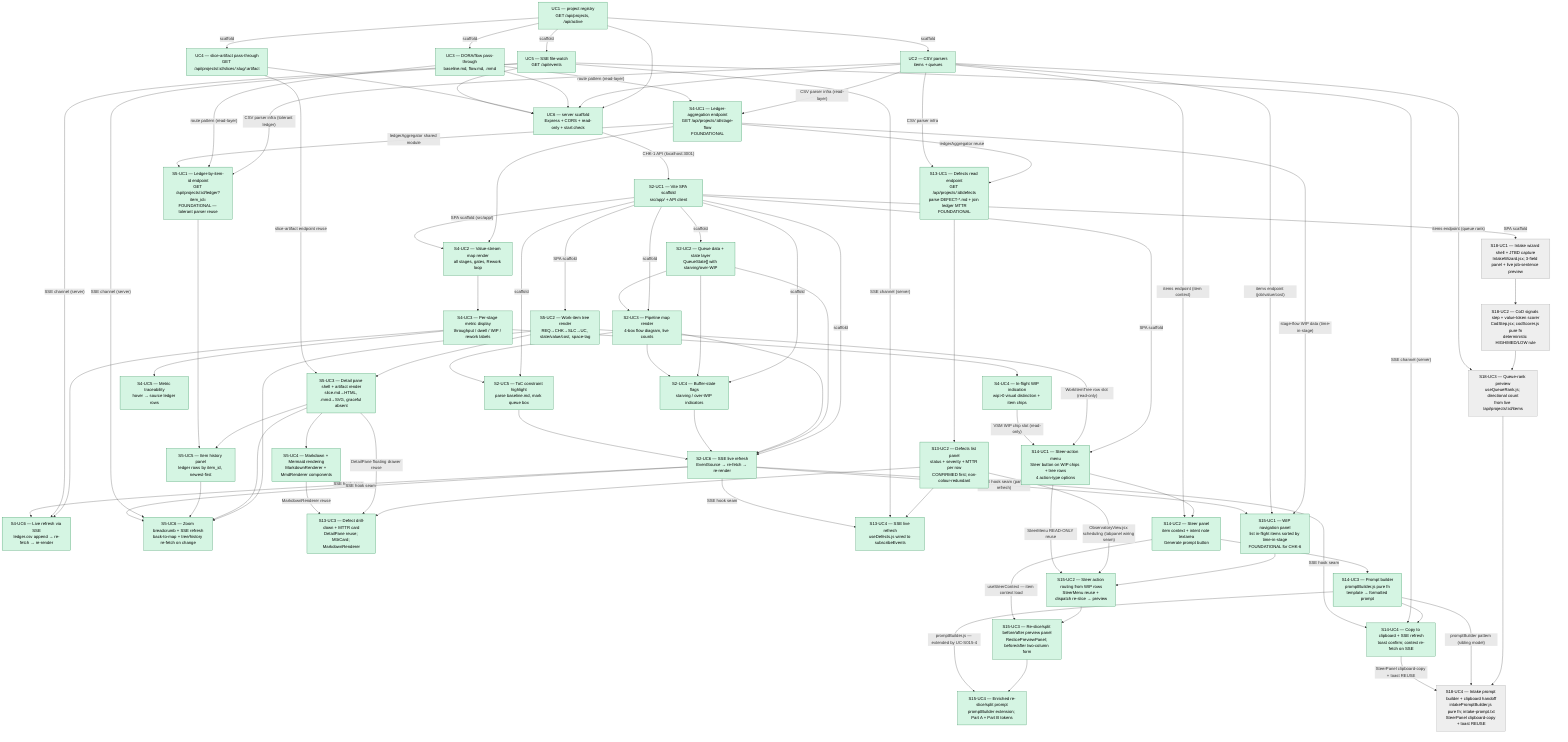
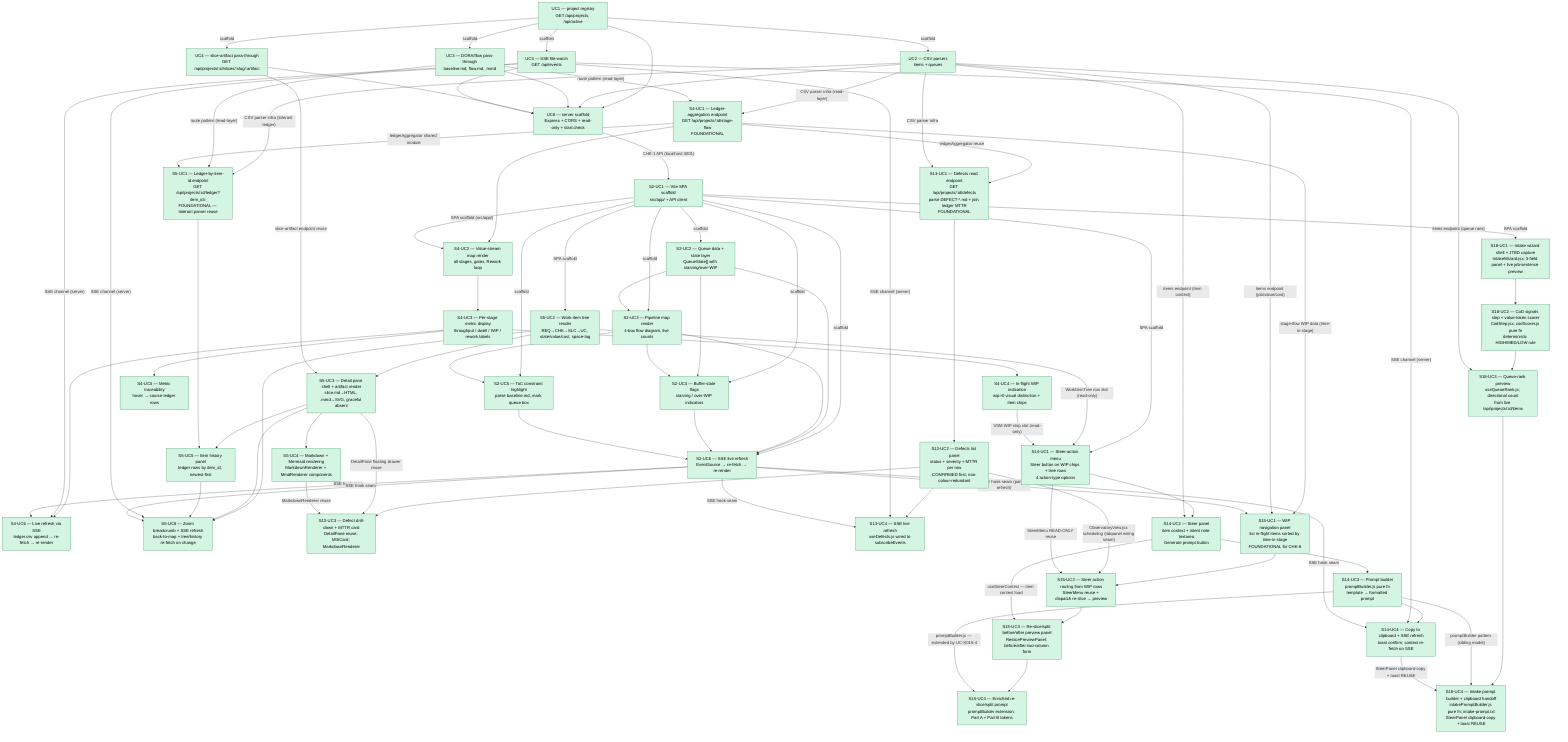
%%{ init: { "theme": "default" } }%%
graph TD
    %% s001 — CHK-1 read layer (server)
    UC1["UC1 — project registry<br/>GET /api/projects, /api/active"]
    UC2["UC2 — CSV parsers<br/>items + queues"]
    UC3["UC3 — DORA/flow pass-through<br/>baseline.md, flow.md, .mmd"]
    UC4["UC4 — slice-artifact pass-through<br/>GET /api/projects/:id/slices/:slug/:artifact"]
    UC5["UC5 — SSE file-watch<br/>GET /api/events"]
    UC6["UC6 — server scaffold<br/>Express + CORS + read-only + start:check"]

    UC1 --> UC6
    UC2 --> UC6
    UC3 --> UC6
    UC4 --> UC6
    UC5 --> UC6

    %% Scaffold scheduling edges (s001 server scaffold)
    UC1 -->|scaffold| UC2
    UC1 -->|scaffold| UC3
    UC1 -->|scaffold| UC4
    UC1 -->|scaffold| UC5

    %% s002 — CHK-2 pipeline map (SPA)
    S2UC1["S2-UC1 — Vite SPA scaffold<br/>src/app/ + API client"]
    S2UC2["S2-UC2 — Queue data + state layer<br/>QueueState[] with starving/over-WIP"]
    S2UC3["S2-UC3 — Pipeline map render<br/>4-box flow diagram, live counts"]
    S2UC4["S2-UC4 — Buffer-state flags<br/>starving / over-WIP indicators"]
    S2UC5["S2-UC5 — ToC constraint highlight<br/>parse baseline.md, mark queue box"]
    S2UC6["S2-UC6 — SSE live refresh<br/>EventSource → re-fetch → re-render"]

    %% s002 internal dependencies
    S2UC1 -->|scaffold| S2UC2
    S2UC1 -->|scaffold| S2UC3
    S2UC1 -->|scaffold| S2UC4
    S2UC1 -->|scaffold| S2UC5
    S2UC1 -->|scaffold| S2UC6
    S2UC2 --> S2UC3
    S2UC2 --> S2UC4
    S2UC3 --> S2UC4
    S2UC3 --> S2UC5
    S2UC2 --> S2UC6
    S2UC3 --> S2UC6
    S2UC4 --> S2UC6
    S2UC5 --> S2UC6

    %% Cross-slice: s002 SPA consumes s001 server API
    UC6 -->|"CHK-1 API (localhost:3001)"| S2UC1

    %% s003 — DROPPED (absorbed into s004 CHK-2 re-scope; 2026-06-09)
    %% S3UC1..S3UC6 nodes removed from active graph

    %% s004 — CHK-2 (re-scoped) value-stream map (server + SPA)
    S4UC1["S4-UC1 — Ledger-aggregation endpoint<br/>GET /api/projects/:id/stage-flow<br/>FOUNDATIONAL"]
    S4UC2["S4-UC2 — Value-stream map render<br/>all stages, gates, Rework loop"]
    S4UC3["S4-UC3 — Per-stage metric display<br/>throughput / dwell / WIP / rework labels"]
    S4UC4["S4-UC4 — In-flight WIP indication<br/>wip>0 visual distinction + item chips"]
    S4UC5["S4-UC5 — Metric traceability<br/>hover → source ledger rows"]
    S4UC6["S4-UC6 — Live refresh via SSE<br/>ledger.csv append → re-fetch → re-render"]

    %% s004 internal dependencies
    S4UC1 --> S4UC2
    S4UC2 --> S4UC3
    S4UC3 --> S4UC4
    S4UC3 --> S4UC5
    S4UC3 --> S4UC6

    %% Cross-slice: s004 server extends s001 read-layer; SPA extends s002 scaffold + SSE
    UC2 -->|"CSV parser infra (read-layer)"| S4UC1
    UC3 -->|"route pattern (read-layer)"| S4UC1
    UC5 -->|"SSE channel (server)"| S4UC6
    S2UC1 -->|"SPA scaffold (src/app/)"| S4UC2
    S2UC6 -->|"SSE hook seam"| S4UC6

    %% s005 — CHK-4 work-item tree & zoom/drill
    S5UC1["S5-UC1 — Ledger-by-item-id endpoint<br/>GET /api/projects/:id/ledger?item_id=<id><br/>FOUNDATIONAL — tolerant parser reuse"]
    S5UC2["S5-UC2 — Work-item tree render<br/>REQ→CHK→SLC→UC, state/value/cost, space-tag"]
    S5UC3["S5-UC3 — Detail pane shell + artifact render<br/>slice.md→HTML, .mmd→SVG, graceful absent"]
    S5UC4["S5-UC4 — Markdown + Mermaid rendering<br/>MarkdownRenderer + MmdRenderer components"]
    S5UC5["S5-UC5 — Item history panel<br/>ledger rows by item_id, newest-first"]
    S5UC6["S5-UC6 — Zoom breadcrumb + SSE refresh<br/>back-to-map + tree/history re-fetch on change"]

    %% s005 internal dependencies
    S5UC2 --> S5UC3
    S5UC3 --> S5UC4
    S5UC3 --> S5UC5
    S5UC1 --> S5UC5
    S5UC2 --> S5UC6
    S5UC3 --> S5UC6
    S5UC5 --> S5UC6

    %% Cross-slice: s005 reuses s001 read-layer + s002/s004 SPA seams
    UC2 -->|"CSV parser infra (tolerant ledger)"| S5UC1
    UC3 -->|"route pattern (read-layer)"| S5UC1
    UC4 -->|"slice-artifact endpoint reuse"| S5UC3
    UC5 -->|"SSE channel (server)"| S5UC6
    S2UC1 -->|"SPA scaffold"| S5UC2
    S2UC6 -->|"SSE hook seam"| S5UC6
    S4UC1 -->|"ledgerAggregator shared module"| S5UC1

    %% s013 — CHK-8 defects view (SECONDARY)
    S13UC1["S13-UC1 — Defects read endpoint<br/>GET /api/projects/:id/defects<br/>parse DEFECT-*.md + join ledger MTTR<br/>FOUNDATIONAL"]
    S13UC2["S13-UC2 — Defects list panel<br/>status + severity + MTTR per row<br/>CONFIRMED first; non-colour-redundant"]
    S13UC3["S13-UC3 — Defect drill-down + MTTR card<br/>DetailPane reuse; MttrCard; MarkdownRenderer"]
    S13UC4["S13-UC4 — SSE live refresh<br/>useDefects.js wired to subscribeEvents"]

    %% s013 internal dependencies
    S13UC1 --> S13UC2
    S13UC2 --> S13UC3
    S13UC2 --> S13UC4

    %% Cross-slice: s013 reuses s001 ledger + s005 drawer/renderer
    S4UC1 -->|"ledgerAggregator reuse"| S13UC1
    UC2 -->|"CSV parser infra"| S13UC1
    UC5 -->|"SSE channel (server)"| S13UC4
    S5UC3 -->|"DetailPane floating drawer reuse"| S13UC3
    S5UC4 -->|"MarkdownRenderer reuse"| S13UC3
    S2UC6 -->|"SSE hook seam"| S13UC4

    %% s014 — CHK-5 steer prompt handoff (SECONDARY)
    S14UC1["S14-UC1 — Steer-action menu<br/>Steer button on WIP chips + tree rows<br/>4 action-type options"]
    S14UC2["S14-UC2 — Steer panel<br/>item context + intent note textarea<br/>Generate prompt button"]
    S14UC3["S14-UC3 — Prompt builder<br/>promptBuilder.js pure fn<br/>template → formatted prompt"]
    S14UC4["S14-UC4 — Copy to clipboard + SSE refresh<br/>toast confirm; context re-fetch on SSE"]

    %% s014 internal dependencies (linear chain)
    S14UC1 --> S14UC2
    S14UC2 --> S14UC3
    S14UC3 --> S14UC4

    %% Cross-slice: s014 reuses s001 read-layer + s005 SPA seams
    UC2 -->|"items endpoint (item context)"| S14UC2
    UC5 -->|"SSE channel (server)"| S14UC4
    S2UC1 -->|"SPA scaffold"| S14UC1
    S2UC6 -->|"SSE hook seam"| S14UC4
    S5UC2 -->|"WorkItemTree row slot (read-only)"| S14UC1
    S4UC4 -->|"VSM WIP chip slot (read-only)"| S14UC1

    %% s015 — CHK-6 WIP navigate & re-slice/split before/after preview (SECONDARY)
    S15UC1["S15-UC1 — WIP navigation panel<br/>list in-flight items sorted by time-in-stage<br/>FOUNDATIONAL for CHK-6"]
    S15UC2["S15-UC2 — Steer action routing from WIP rows<br/>SteerMenu reuse + dispatch re-slice → preview"]
    S15UC3["S15-UC3 — Re-slice/split before/after preview panel<br/>ReslicePreviewPanel; before/after two-column form"]
    S15UC4["S15-UC4 — Enriched re-slice/split prompt<br/>promptBuilder extension; Part A + Part B tokens"]

    %% s015 internal dependencies
    S15UC1 --> S15UC2
    S15UC2 --> S15UC3
    S15UC3 --> S15UC4

    %% Cross-slice scheduling edge (hidden edge discovered 2026-06-11, §F7):
    %% S13UC2 and S15UC2 both edit ObservatoryView.jsx in the same wave —
    %% S13UC2 adds the defects tabpanel; S15UC2 threads onSteer into WipRow and
    %% ObservatoryView. Concurrent edits collide at the tablist/tabpanel wiring block.
    %% Engineer serialised by commit order (ae7aa28 first). Formalised here.
    S13UC2 -->|"ObservatoryView.jsx scheduling (tabpanel wiring seam)"| S15UC2

    %% Cross-slice: s015 builds on s014 steer engine + existing data endpoints
    S14UC1 -->|"SteerMenu READ-ONLY reuse"| S15UC2
    S14UC2 -->|"useSteerContext — item context load"| S15UC3
    S14UC3 -->|"promptBuilder.js — extended by UC-S015-4"| S15UC4
    S4UC1 -->|"stage-flow WIP data (time-in-stage)"| S15UC1
    UC2 -->|"items endpoint (job/value/cost)"| S15UC1
    S2UC6 -->|"SSE hook seam (panel refresh)"| S15UC1

    %% s018 — CHK-7 guided cost-of-delay intake (SECONDARY)
    S18UC1["S18-UC1 — Intake wizard shell + JTBD capture<br/>IntakeWizard.jsx; 3-field panel + live job-sentence preview"]
    S18UC2["S18-UC2 — CoD signals step + value-token scorer<br/>CodStep.jsx; codScorer.js pure fn<br/>deterministic HIGH/MED/LOW rule"]
    S18UC3["S18-UC3 — Queue-rank preview<br/>useQueueRank.js; directional count<br/>from live /api/projects/:id/items"]
    S18UC4["S18-UC4 — Intake prompt builder + clipboard handoff<br/>intakePromptBuilder.js pure fn; intake-prompt.txt<br/>SteerPanel clipboard-copy + toast REUSE"]

    %% s018 internal dependencies (linear chain)
    S18UC1 --> S18UC2
    S18UC2 --> S18UC3
    S18UC3 --> S18UC4

    %% Cross-slice: s018 reuses s001 read-layer + s002 SPA scaffold + s014 clipboard mechanic
    S2UC1 -->|"SPA scaffold"| S18UC1
    UC2 -->|"items endpoint (queue rank)"| S18UC3
    S14UC3 -->|"promptBuilder pattern (sibling model)"| S18UC4
    S14UC4 -->|"SteerPanel clipboard-copy + toast REUSE"| S18UC4

    classDef stable fill:#eee,stroke:#999,color:#000
    classDef delivered fill:#d5f5e3,stroke:#1e8449,color:#000
    classDef superseded fill:#f9ebea,stroke:#c0392b,color:#666
    classDef changed fill:#fef9c3,stroke:#b7950b,color:#000

    class UC1,UC2,UC3,UC4,UC5,UC6 delivered
    class S2UC1,S2UC2,S2UC3,S2UC4,S2UC5,S2UC6 delivered
    class S4UC1,S4UC2,S4UC3,S4UC4,S4UC5,S4UC6 delivered
    class S5UC1,S5UC2,S5UC3,S5UC4,S5UC5,S5UC6 delivered
    class S13UC1,S13UC2,S13UC3,S13UC4 delivered
    class S14UC1,S14UC2,S14UC3,S14UC4 delivered
    class S15UC1,S15UC2,S15UC3,S15UC4 delivered
-     class S18UC1,S18UC2,S18UC3,S18UC4 stable
+     class S18UC1,S18UC2,S18UC3,S18UC4 delivered
